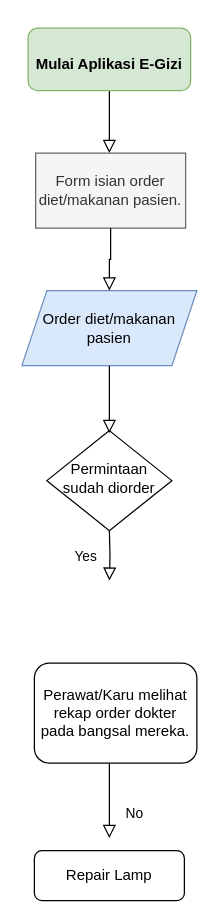
YogaAPSY/blog keeps this draw.io diagram as Untitled Diagram.drawio. Above is the earlier version. Source tidied: cells renumbered, new cells numbered last; positions are measured from the earlier drawing's top-left corner, leaving out a move shared by most shapes. Both pictures are drawn from the tidied source at 125%, with x=0, y=0 at pixel (21, 28).
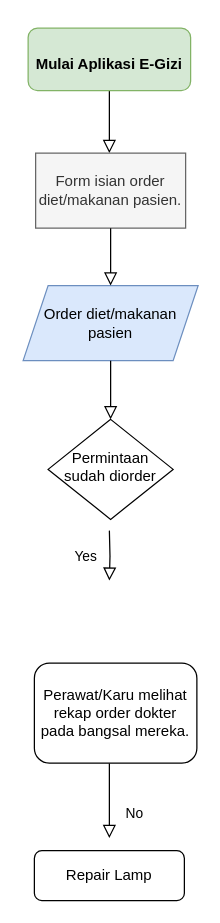
The same diagram, later.

Diff of the diagram source:
```diff
@@
 <mxGraphModel>
   <root>
     <mxCell id="0" />
     <mxCell id="1" parent="0" />
     <mxCell id="2" style="rounded=0;html=1;jettySize=auto;fontSize=11;endArrow=block;endFill=0;endSize=8;strokeWidth=1;shadow=0;labelBackgroundColor=none;edgeStyle=orthogonalEdgeStyle;exitX=0.5;exitY=1;exitDx=0;exitDy=0;" parent="1" edge="1" source="3">
       <mxGeometry relative="1" as="geometry">
         <mxPoint x="70" y="100" as="targetPoint" />
       </mxGeometry>
     </mxCell>
     <mxCell id="3" value="&lt;h1&gt;&lt;font style=&quot;font-size: 12px&quot;&gt;Mulai Aplikasi E-Gizi&lt;/font&gt;&lt;/h1&gt;" style="rounded=1;whiteSpace=wrap;html=1;fontSize=12;glass=0;strokeWidth=1;shadow=0;fillColor=#d5e8d4;fontStyle=1;strokeColor=#82b366;" parent="1" vertex="1">
       <mxGeometry x="5" width="130" height="50" as="geometry" />
     </mxCell>
     <mxCell id="4" value="Yes" style="rounded=0;html=1;jettySize=auto;orthogonalLoop=1;fontSize=11;endArrow=block;endFill=0;endSize=8;strokeWidth=1;shadow=0;labelBackgroundColor=none;edgeStyle=orthogonalEdgeStyle;" parent="1" edge="1">
       <mxGeometry y="20" relative="1" as="geometry">
         <mxPoint x="70" y="402" as="sourcePoint" />
         <mxPoint x="70" y="442" as="targetPoint" />
       </mxGeometry>
     </mxCell>
     <mxCell id="5" value="Permintaan sudah diorder" style="rhombus;whiteSpace=wrap;html=1;shadow=0;fontFamily=Helvetica;fontSize=12;align=center;strokeWidth=1;spacing=6;spacingTop=-4;" parent="1" vertex="1">
-      <mxGeometry x="20" y="322" width="100" height="80" as="geometry" />
+      <mxGeometry x="21" y="313" width="100" height="80" as="geometry" />
     </mxCell>
     <mxCell id="6" value="No" style="rounded=0;html=1;jettySize=auto;orthogonalLoop=1;fontSize=11;endArrow=block;endFill=0;endSize=8;strokeWidth=1;shadow=0;labelBackgroundColor=none;edgeStyle=orthogonalEdgeStyle;" parent="1" edge="1">
       <mxGeometry x="0.33" y="20" relative="1" as="geometry">
         <mxPoint x="70" y="588" as="sourcePoint" />
         <mxPoint x="70" y="648" as="targetPoint" />
       </mxGeometry>
     </mxCell>
     <mxCell id="7" value="Repair Lamp" style="rounded=1;whiteSpace=wrap;html=1;fontSize=12;glass=0;strokeWidth=1;shadow=0;" parent="1" vertex="1">
       <mxGeometry x="10" y="658" width="120" height="40" as="geometry" />
     </mxCell>
     <mxCell id="8" value="Perawat/Karu melihat rekap order dokter pada bangsal mereka." style="rounded=1;whiteSpace=wrap;html=1;fontSize=12;glass=0;strokeWidth=1;shadow=0;" parent="1" vertex="1">
       <mxGeometry x="10" y="508" width="130" height="80" as="geometry" />
     </mxCell>
     <mxCell id="9" value="Form isian order diet/makanan pasien." style="rounded=0;whiteSpace=wrap;html=1;fillColor=#f5f5f5;strokeColor=#666666;fontColor=#333333;" parent="1" vertex="1">
       <mxGeometry x="11" y="100" width="120" height="60" as="geometry" />
     </mxCell>
     <mxCell id="10" value="Order diet/makanan pasien" style="shape=parallelogram;perimeter=parallelogramPerimeter;whiteSpace=wrap;html=1;fixedSize=1;fontSize=12;fillColor=#dae8fc;strokeColor=#6c8ebf;" parent="1" vertex="1">
-      <mxGeometry y="210" width="140" height="60" as="geometry" />
+      <mxGeometry x="1" y="206" width="140" height="60" as="geometry" />
     </mxCell>
-    <mxCell id="11" style="rounded=0;html=1;jettySize=auto;fontSize=11;endArrow=block;endFill=0;endSize=8;strokeWidth=1;shadow=0;labelBackgroundColor=none;edgeStyle=orthogonalEdgeStyle;exitX=0.5;exitY=1;exitDx=0;exitDy=0;entryX=0.5;entryY=0;entryDx=0;entryDy=0;" parent="1" edge="1" source="9" target="10">
-      <mxGeometry relative="1" as="geometry">
-        <Array as="points">
-          <mxPoint x="71" y="185" />
-          <mxPoint x="70" y="185" />
-        </Array>
-      </mxGeometry>
+    <mxCell id="11" style="rounded=0;html=1;jettySize=auto;fontSize=11;endArrow=block;endFill=0;endSize=8;strokeWidth=1;shadow=0;labelBackgroundColor=none;edgeStyle=orthogonalEdgeStyle;exitX=0.5;exitY=1;exitDx=0;exitDy=0;" parent="1" edge="1" source="9" target="10">
+      <mxGeometry relative="1" as="geometry" />
     </mxCell>
-    <mxCell id="12" style="rounded=0;html=1;jettySize=auto;fontSize=11;endArrow=block;endFill=0;endSize=8;strokeWidth=1;shadow=0;labelBackgroundColor=none;edgeStyle=orthogonalEdgeStyle;exitX=0.5;exitY=1;exitDx=0;exitDy=0;" parent="1" edge="1" source="10">
-      <mxGeometry relative="1" as="geometry">
-        <mxPoint x="70" y="324" as="targetPoint" />
-      </mxGeometry>
+    <mxCell id="12" style="rounded=0;html=1;jettySize=auto;fontSize=11;endArrow=block;endFill=0;endSize=8;strokeWidth=1;shadow=0;labelBackgroundColor=none;edgeStyle=orthogonalEdgeStyle;exitX=0.5;exitY=1;exitDx=0;exitDy=0;entryX=0.5;entryY=0;entryDx=0;entryDy=0;" parent="1" edge="1" source="10" target="5">
+      <mxGeometry relative="1" as="geometry" />
     </mxCell>
   </root>
 </mxGraphModel>
```
